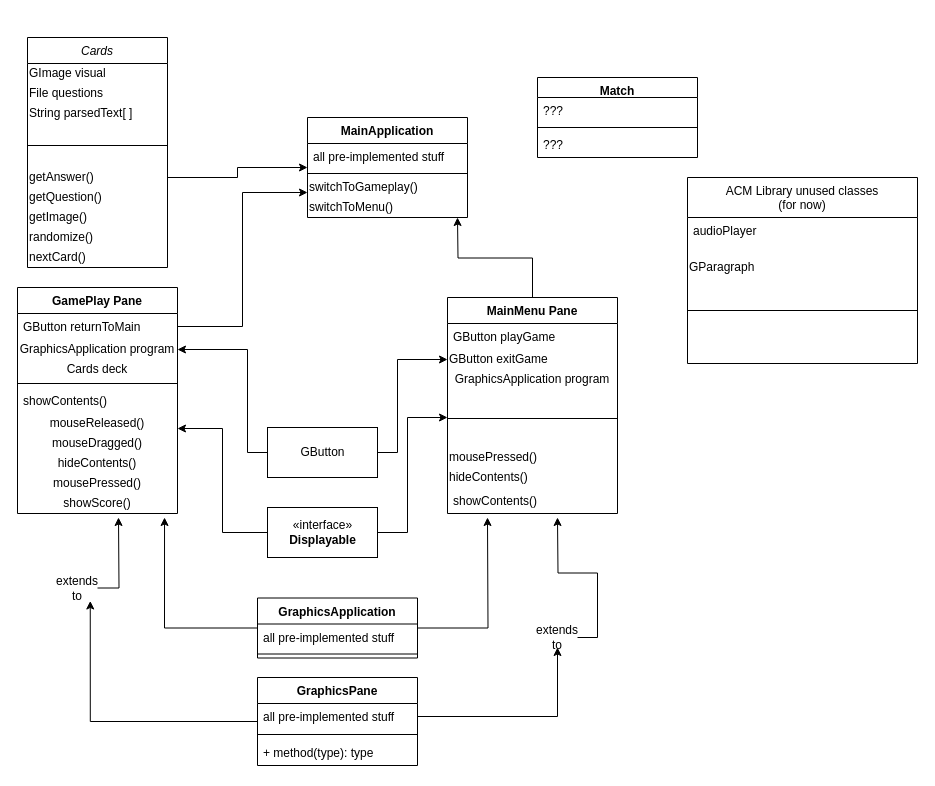
Earlier version of the draw.io diagram Untitled Diagram.drawio (Prot0ast/Repository-Name). Source tidied: cells renumbered, new cells numbered last; positions are measured from the earlier drawing's top-left corner, leaving out a move shared by most shapes. Both pictures are drawn from the tidied source at 100%, with x=0, y=0 at pixel (17, 37).
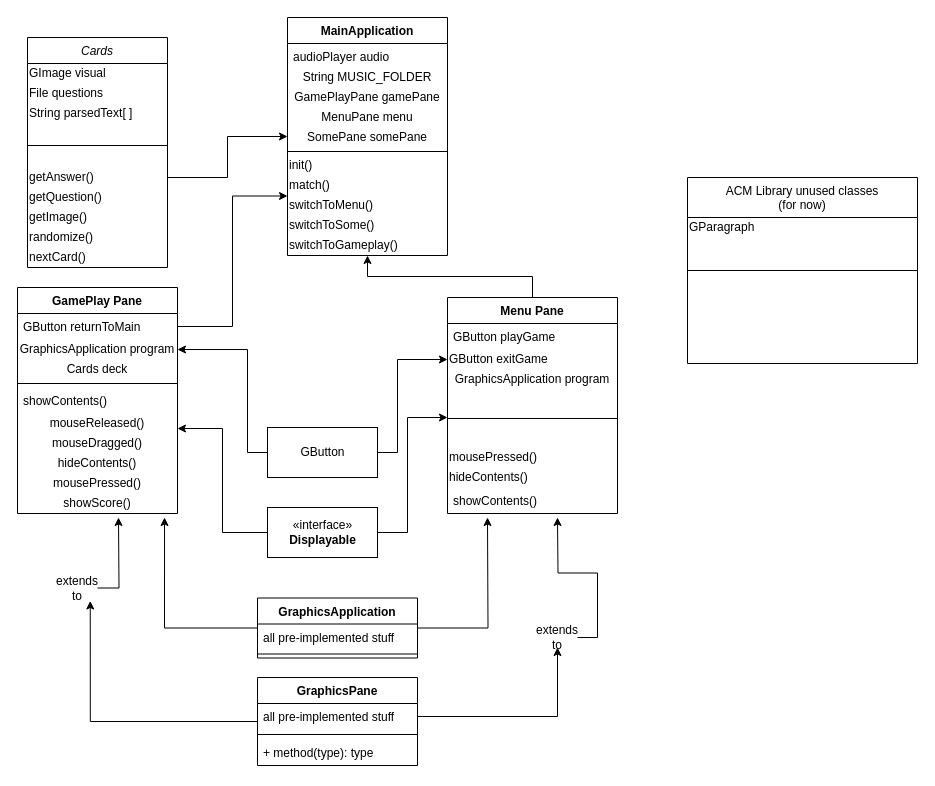
Above is the later version.

The change refers to these unchanged cells:
```xml
<mxCell id="12" value="ACM Library unused classes&#10;(for now)&#10;" style="swimlane;fontStyle=0;align=center;verticalAlign=top;horizontal=1;startSize=40;rounded=0;shadow=0;strokeWidth=1;" parent="1" vertex="1">
  <mxGeometry x="670" y="140" width="230" height="186" as="geometry" />
</mxCell>
```

Diff of the diagram source:
```diff
@@
-    <mxCell id="13" value="audioPlayer" style="text;align=left;verticalAlign=top;spacingLeft=4;spacingRight=4;overflow=hidden;" parent="12" vertex="1">
-      <mxGeometry y="40" width="230" height="40" as="geometry" />
-    </mxCell>
     <mxCell id="14" value="&lt;div align=&quot;left&quot;&gt;GParagraph&lt;/div&gt;" style="text;html=1;strokeColor=none;fillColor=none;align=left;verticalAlign=middle;whiteSpace=wrap;rounded=0;" parent="12" vertex="1">
-      <mxGeometry y="80" width="230" height="20" as="geometry" />
+      <mxGeometry y="40" width="230" height="20" as="geometry" />
     </mxCell>
     <mxCell id="15" style="line;html=1;strokeWidth=1;align=left;verticalAlign=middle;spacingTop=-1;spacingLeft=3;spacingRight=3;labelPosition=right;" parent="12" vertex="1">
-      <mxGeometry y="100" width="230" height="66" as="geometry" />
+      <mxGeometry y="60" width="230" height="66" as="geometry" />
     </mxCell>
-    <mxCell id="16" style="edgeStyle=orthogonalEdgeStyle;rounded=0;jettySize=auto;html=1;" parent="1" edge="1" source="17">
-      <mxGeometry relative="1" as="geometry">
-        <mxPoint x="440" y="180" as="targetPoint" />
-      </mxGeometry>
+    <mxCell id="16" style="edgeStyle=orthogonalEdgeStyle;rounded=0;jettySize=auto;html=1;" parent="1" edge="1" source="17" target="74">
+      <mxGeometry relative="1" as="geometry" />
     </mxCell>
-    <mxCell id="17" value="MainMenu Pane" style="swimlane;fontStyle=1;align=center;verticalAlign=top;horizontal=1;startSize=26;" parent="1" vertex="1">
+    <mxCell id="17" value="Menu Pane" style="swimlane;fontStyle=1;align=center;verticalAlign=top;horizontal=1;startSize=26;" parent="1" vertex="1">
       <mxGeometry x="430" y="260" width="170" height="216" as="geometry" />
     </mxCell>
@@
     <mxCell id="36" value="MainApplication" style="swimlane;fontStyle=1;align=center;verticalAlign=top;horizontal=1;startSize=26;" parent="1" vertex="1">
-      <mxGeometry x="290" y="80" width="160" height="100" as="geometry" />
+      <mxGeometry x="270" y="-20" width="160" height="238" as="geometry" />
     </mxCell>
-    <mxCell id="37" value="all pre-implemented stuff" style="text;strokeColor=none;fillColor=none;align=left;verticalAlign=top;spacingLeft=4;spacingRight=4;overflow=hidden;" parent="36" vertex="1">
-      <mxGeometry y="26" width="160" height="26" as="geometry" />
-    </mxCell>
+    <mxCell id="13" value="audioPlayer audio" style="text;align=left;verticalAlign=top;spacingLeft=4;spacingRight=4;overflow=hidden;" parent="36" vertex="1">
+      <mxGeometry y="26" width="160" height="24" as="geometry" />
+    </mxCell>
+    <mxCell id="68" value="&lt;div align=&quot;left&quot;&gt;String MUSIC_FOLDER&lt;br&gt;&lt;/div&gt;" style="text;html=1;strokeColor=none;fillColor=none;align=center;verticalAlign=middle;whiteSpace=wrap;rounded=0;" parent="36" vertex="1">
+      <mxGeometry y="50" width="160" height="20" as="geometry" />
+    </mxCell>
+    <mxCell id="69" value="GamePlayPane gamePane" style="text;html=1;strokeColor=none;fillColor=none;align=center;verticalAlign=middle;whiteSpace=wrap;rounded=0;" parent="36" vertex="1">
+      <mxGeometry y="70" width="160" height="20" as="geometry" />
+    </mxCell>
+    <mxCell id="70" value="MenuPane menu" style="text;html=1;strokeColor=none;fillColor=none;align=center;verticalAlign=middle;whiteSpace=wrap;rounded=0;" parent="36" vertex="1">
+      <mxGeometry y="90" width="160" height="20" as="geometry" />
+    </mxCell>
+    <mxCell id="71" value="SomePane somePane" style="text;html=1;strokeColor=none;fillColor=none;align=center;verticalAlign=middle;whiteSpace=wrap;rounded=0;" parent="36" vertex="1">
+      <mxGeometry y="110" width="160" height="20" as="geometry" />
+    </mxCell>
     <mxCell id="38" style="line;strokeWidth=1;fillColor=none;align=left;verticalAlign=middle;spacingTop=-1;spacingLeft=3;spacingRight=3;labelPosition=right;" parent="36" vertex="1">
-      <mxGeometry y="52" width="160" height="8" as="geometry" />
+      <mxGeometry y="130" width="160" height="8" as="geometry" />
     </mxCell>
-    <mxCell id="39" value="&lt;div align=&quot;left&quot;&gt;switchToGameplay()&lt;/div&gt;" style="text;html=1;strokeColor=none;fillColor=none;align=left;verticalAlign=middle;whiteSpace=wrap;rounded=0;" parent="36" vertex="1">
-      <mxGeometry y="60" width="160" height="20" as="geometry" />
+    <mxCell id="39" value="init()" style="text;html=1;strokeColor=none;fillColor=none;align=left;verticalAlign=middle;whiteSpace=wrap;rounded=0;" parent="36" vertex="1">
+      <mxGeometry y="138" width="160" height="20" as="geometry" />
     </mxCell>
-    <mxCell id="40" value="&lt;div align=&quot;left&quot;&gt;switchToMenu()&lt;/div&gt;" style="text;html=1;strokeColor=none;fillColor=none;align=left;verticalAlign=middle;whiteSpace=wrap;rounded=0;" parent="36" vertex="1">
-      <mxGeometry y="80" width="160" height="20" as="geometry" />
+    <mxCell id="40" value="match()" style="text;html=1;strokeColor=none;fillColor=none;align=left;verticalAlign=middle;whiteSpace=wrap;rounded=0;" parent="36" vertex="1">
+      <mxGeometry y="158" width="160" height="20" as="geometry" />
     </mxCell>
+    <mxCell id="72" value="switchToMenu()" style="text;html=1;strokeColor=none;fillColor=none;align=left;verticalAlign=middle;whiteSpace=wrap;rounded=0;" parent="36" vertex="1">
+      <mxGeometry y="178" width="160" height="20" as="geometry" />
+    </mxCell>
+    <mxCell id="73" value="switchToSome()" style="text;html=1;strokeColor=none;fillColor=none;align=left;verticalAlign=middle;whiteSpace=wrap;rounded=0;" parent="36" vertex="1">
+      <mxGeometry y="198" width="160" height="20" as="geometry" />
+    </mxCell>
+    <mxCell id="74" value="switchToGameplay()" style="text;html=1;strokeColor=none;fillColor=none;align=left;verticalAlign=middle;whiteSpace=wrap;rounded=0;" parent="36" vertex="1">
+      <mxGeometry y="218" width="160" height="20" as="geometry" />
+    </mxCell>
@@
-    <mxCell id="64" value="Match" style="swimlane;fontStyle=1;align=center;verticalAlign=top;horizontal=1;startSize=20;" parent="1" vertex="1">
-      <mxGeometry x="520" y="40" width="160" height="80" as="geometry" />
-    </mxCell>
-    <mxCell id="65" value="???" style="text;strokeColor=none;fillColor=none;align=left;verticalAlign=top;spacingLeft=4;spacingRight=4;overflow=hidden;" parent="64" vertex="1">
-      <mxGeometry y="20" width="160" height="26" as="geometry" />
-    </mxCell>
-    <mxCell id="66" style="line;strokeWidth=1;fillColor=none;align=left;verticalAlign=middle;spacingTop=-1;spacingLeft=3;spacingRight=3;labelPosition=right;" parent="64" vertex="1">
-      <mxGeometry y="46" width="160" height="8" as="geometry" />
-    </mxCell>
-    <mxCell id="67" value="???" style="text;strokeColor=none;fillColor=none;align=left;verticalAlign=top;spacingLeft=4;spacingRight=4;overflow=hidden;" parent="64" vertex="1">
-      <mxGeometry y="54" width="160" height="26" as="geometry" />
-    </mxCell>
```
